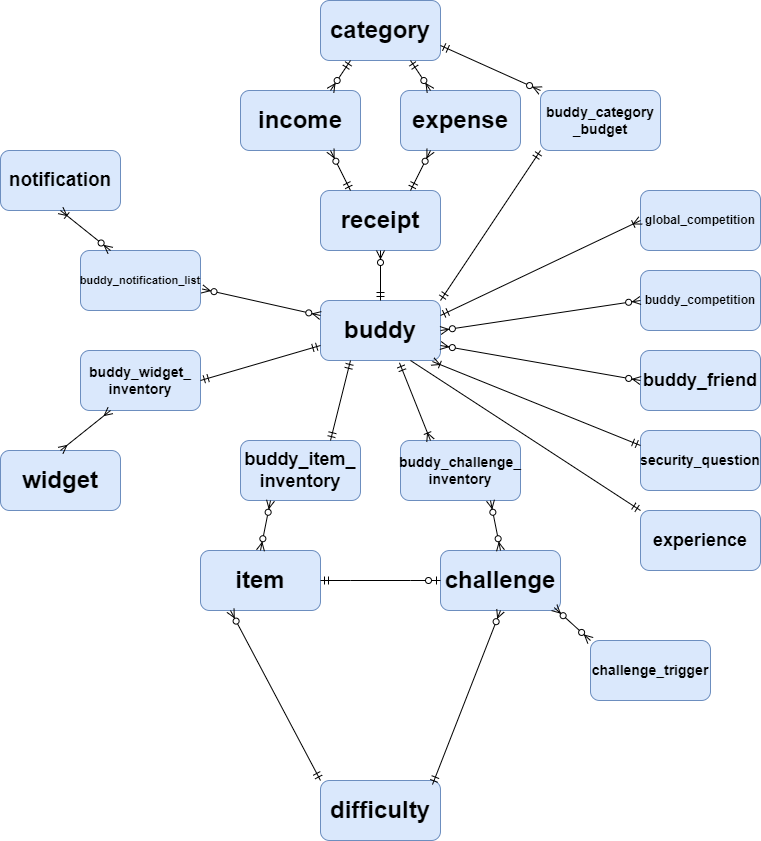
Before: backend/budgetBuddyDatabaseFiles/databaseDesign/budgetBuddyDatabaseERD.png, a diagram exported from draw.io (crescsanski/Budget-Buddy). Source tidied: cells renumbered, new cells last; positions are measured from the earlier drawing's top-left corner, leaving out a move shared by most shapes.
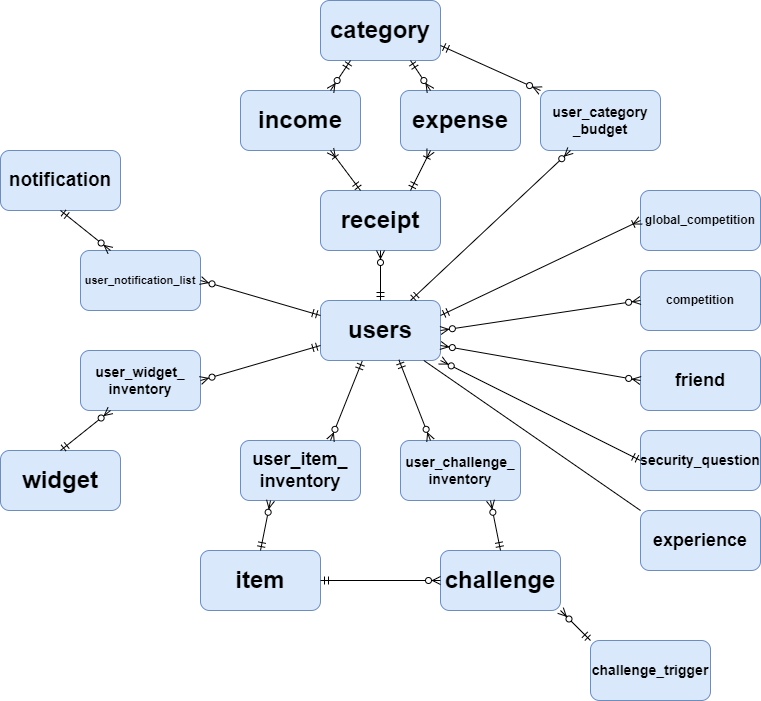
After the commit.

What changed in the source:
```diff
@@ -2,7 +2,7 @@
   <root>
     <mxCell id="0" />
     <mxCell id="1" parent="0" />
-    <mxCell id="2" value="&lt;font size=&quot;1&quot;&gt;&lt;b style=&quot;font-size: 24px&quot;&gt;buddy&lt;/b&gt;&lt;/font&gt;" style="rounded=1;whiteSpace=wrap;html=1;fillColor=#dae8fc;strokeColor=#6c8ebf;" parent="1" vertex="1">
+    <mxCell id="2" value="&lt;font size=&quot;1&quot;&gt;&lt;b style=&quot;font-size: 24px&quot;&gt;users&lt;/b&gt;&lt;/font&gt;" style="rounded=1;whiteSpace=wrap;html=1;fillColor=#dae8fc;strokeColor=#6c8ebf;" parent="1" vertex="1">
       <mxGeometry x="320" y="300" width="120" height="60" as="geometry" />
     </mxCell>
     <mxCell id="3" value="&lt;font size=&quot;1&quot;&gt;&lt;b style=&quot;font-size: 24px&quot;&gt;expense&lt;/b&gt;&lt;/font&gt;" style="rounded=1;whiteSpace=wrap;html=1;fillColor=#dae8fc;strokeColor=#6c8ebf;" parent="1" vertex="1">
@@ -14,7 +14,7 @@
     <mxCell id="5" value="&lt;font size=&quot;1&quot;&gt;&lt;b style=&quot;font-size: 24px&quot;&gt;income&lt;/b&gt;&lt;/font&gt;" style="rounded=1;whiteSpace=wrap;html=1;fillColor=#dae8fc;strokeColor=#6c8ebf;" parent="1" vertex="1">
       <mxGeometry x="240" y="90" width="120" height="60" as="geometry" />
     </mxCell>
-    <mxCell id="6" value="&lt;b&gt;&lt;font style=&quot;font-size: 11px&quot;&gt;buddy_notification_list&lt;/font&gt;&lt;/b&gt;" style="rounded=1;whiteSpace=wrap;html=1;fillColor=#dae8fc;strokeColor=#6c8ebf;" parent="1" vertex="1">
+    <mxCell id="6" value="&lt;b&gt;&lt;font style=&quot;font-size: 11px&quot;&gt;user_notification_list&lt;/font&gt;&lt;/b&gt;" style="rounded=1;whiteSpace=wrap;html=1;fillColor=#dae8fc;strokeColor=#6c8ebf;" parent="1" vertex="1">
       <mxGeometry x="80" y="250" width="120" height="60" as="geometry" />
     </mxCell>
     <mxCell id="7" value="&lt;font size=&quot;1&quot;&gt;&lt;b style=&quot;font-size: 24px&quot;&gt;receipt&lt;/b&gt;&lt;/font&gt;" style="rounded=1;whiteSpace=wrap;html=1;fillColor=#dae8fc;strokeColor=#6c8ebf;" parent="1" vertex="1">
@@ -23,24 +23,21 @@
     <mxCell id="8" value="&lt;b&gt;&lt;font style=&quot;font-size: 12px&quot;&gt;global_competition&lt;/font&gt;&lt;/b&gt;" style="rounded=1;whiteSpace=wrap;html=1;fillColor=#dae8fc;strokeColor=#6c8ebf;" parent="1" vertex="1">
       <mxGeometry x="640" y="190" width="120" height="60" as="geometry" />
     </mxCell>
-    <mxCell id="9" value="&lt;b&gt;&lt;font style=&quot;font-size: 18px&quot;&gt;buddy_friend&lt;/font&gt;&lt;/b&gt;" style="rounded=1;whiteSpace=wrap;html=1;fillColor=#dae8fc;strokeColor=#6c8ebf;" parent="1" vertex="1">
+    <mxCell id="9" value="&lt;b&gt;&lt;font style=&quot;font-size: 18px&quot;&gt;friend&lt;/font&gt;&lt;/b&gt;" style="rounded=1;whiteSpace=wrap;html=1;fillColor=#dae8fc;strokeColor=#6c8ebf;" parent="1" vertex="1">
       <mxGeometry x="640" y="350" width="120" height="60" as="geometry" />
     </mxCell>
-    <mxCell id="10" value="&lt;b&gt;&lt;font style=&quot;font-size: 14px&quot;&gt;buddy_category&lt;br&gt;_budget&lt;/font&gt;&lt;/b&gt;" style="rounded=1;whiteSpace=wrap;html=1;fillColor=#dae8fc;strokeColor=#6c8ebf;" parent="1" vertex="1">
+    <mxCell id="10" value="&lt;b&gt;&lt;font style=&quot;font-size: 14px&quot;&gt;user_category&lt;br&gt;_budget&lt;/font&gt;&lt;/b&gt;" style="rounded=1;whiteSpace=wrap;html=1;fillColor=#dae8fc;strokeColor=#6c8ebf;" parent="1" vertex="1">
       <mxGeometry x="540" y="90" width="120" height="60" as="geometry" />
     </mxCell>
-    <mxCell id="11" value="&lt;b&gt;&lt;font style=&quot;font-size: 12px&quot;&gt;buddy_competition&lt;/font&gt;&lt;/b&gt;" style="rounded=1;whiteSpace=wrap;html=1;fillColor=#dae8fc;strokeColor=#6c8ebf;" parent="1" vertex="1">
+    <mxCell id="11" value="&lt;b&gt;&lt;font style=&quot;font-size: 12px&quot;&gt;competition&lt;/font&gt;&lt;/b&gt;" style="rounded=1;whiteSpace=wrap;html=1;fillColor=#dae8fc;strokeColor=#6c8ebf;" parent="1" vertex="1">
       <mxGeometry x="640" y="270" width="120" height="60" as="geometry" />
     </mxCell>
-    <mxCell id="12" value="&lt;b&gt;&lt;font style=&quot;font-size: 14px&quot;&gt;buddy_challenge_&lt;br&gt;inventory&lt;/font&gt;&lt;/b&gt;" style="rounded=1;whiteSpace=wrap;html=1;fillColor=#dae8fc;strokeColor=#6c8ebf;" parent="1" vertex="1">
+    <mxCell id="12" value="&lt;b&gt;&lt;font style=&quot;font-size: 14px&quot;&gt;user_challenge_&lt;br&gt;inventory&lt;/font&gt;&lt;/b&gt;" style="rounded=1;whiteSpace=wrap;html=1;fillColor=#dae8fc;strokeColor=#6c8ebf;" parent="1" vertex="1">
       <mxGeometry x="400" y="440" width="120" height="60" as="geometry" />
     </mxCell>
-    <mxCell id="13" value="&lt;b&gt;&lt;font style=&quot;font-size: 18px&quot;&gt;buddy_item_&lt;br&gt;inventory&lt;/font&gt;&lt;/b&gt;" style="rounded=1;whiteSpace=wrap;html=1;fillColor=#dae8fc;strokeColor=#6c8ebf;" parent="1" vertex="1">
+    <mxCell id="13" value="&lt;b&gt;&lt;font style=&quot;font-size: 18px&quot;&gt;user_item_&lt;br&gt;inventory&lt;/font&gt;&lt;/b&gt;" style="rounded=1;whiteSpace=wrap;html=1;fillColor=#dae8fc;strokeColor=#6c8ebf;" parent="1" vertex="1">
       <mxGeometry x="240" y="440" width="120" height="60" as="geometry" />
     </mxCell>
-    <mxCell id="14" value="&lt;font size=&quot;1&quot;&gt;&lt;b style=&quot;font-size: 24px&quot;&gt;difficulty&lt;/b&gt;&lt;/font&gt;" style="rounded=1;whiteSpace=wrap;html=1;fillColor=#dae8fc;strokeColor=#6c8ebf;" parent="1" vertex="1">
-      <mxGeometry x="320" y="780" width="120" height="60" as="geometry" />
-    </mxCell>
     <mxCell id="15" value="&lt;b&gt;&lt;font style=&quot;font-size: 24px&quot;&gt;item&lt;/font&gt;&lt;/b&gt;" style="rounded=1;whiteSpace=wrap;html=1;fillColor=#dae8fc;strokeColor=#6c8ebf;" parent="1" vertex="1">
       <mxGeometry x="200" y="550" width="120" height="60" as="geometry" />
     </mxCell>
@@ -50,18 +47,12 @@
     <mxCell id="17" value="&lt;font size=&quot;1&quot;&gt;&lt;b style=&quot;font-size: 24px&quot;&gt;widget&lt;/b&gt;&lt;/font&gt;" style="rounded=1;whiteSpace=wrap;html=1;fillColor=#dae8fc;strokeColor=#6c8ebf;" parent="1" vertex="1">
       <mxGeometry y="450" width="120" height="60" as="geometry" />
     </mxCell>
-    <mxCell id="18" value="&lt;b&gt;&lt;font style=&quot;font-size: 14px&quot;&gt;buddy_widget_&lt;br&gt;inventory&lt;/font&gt;&lt;/b&gt;" style="rounded=1;whiteSpace=wrap;html=1;fillColor=#dae8fc;strokeColor=#6c8ebf;" parent="1" vertex="1">
+    <mxCell id="18" value="&lt;b&gt;&lt;font style=&quot;font-size: 14px&quot;&gt;user_widget_&lt;br&gt;inventory&lt;/font&gt;&lt;/b&gt;" style="rounded=1;whiteSpace=wrap;html=1;fillColor=#dae8fc;strokeColor=#6c8ebf;" parent="1" vertex="1">
       <mxGeometry x="80" y="350" width="120" height="60" as="geometry" />
     </mxCell>
     <mxCell id="19" style="fontSize=12;html=1;endArrow=ERzeroToMany;startArrow=ERmandOne;rounded=0;entryX=0.5;entryY=1;entryDx=0;entryDy=0;" parent="1" edge="1" source="2" target="7">
       <mxGeometry relative="1" as="geometry" />
     </mxCell>
-    <mxCell id="20" style="fontSize=12;html=1;endArrow=ERzeroToMany;startArrow=ERmandOne;rounded=0;entryX=0.25;entryY=1;entryDx=0;entryDy=0;exitX=0.75;exitY=0;exitDx=0;exitDy=0;" parent="1" edge="1" source="7" target="3">
-      <mxGeometry relative="1" as="geometry" />
-    </mxCell>
-    <mxCell id="21" style="fontSize=12;html=1;endArrow=ERzeroToMany;startArrow=ERmandOne;rounded=0;entryX=0.75;entryY=1;entryDx=0;entryDy=0;exitX=0.25;exitY=0;exitDx=0;exitDy=0;" parent="1" edge="1" source="7" target="5">
-      <mxGeometry relative="1" as="geometry" />
-    </mxCell>
     <mxCell id="22" style="fontSize=12;html=1;endArrow=ERzeroToMany;startArrow=ERmandOne;rounded=0;entryX=0.75;entryY=0;entryDx=0;entryDy=0;exitX=0.25;exitY=1;exitDx=0;exitDy=0;" parent="1" edge="1" source="4" target="5">
       <mxGeometry relative="1" as="geometry" />
     </mxCell>
@@ -70,32 +61,6 @@
         <mxPoint x="410" y="60" as="sourcePoint" />
       </mxGeometry>
     </mxCell>
-    <mxCell id="24" style="fontSize=12;html=1;endArrow=ERmandOne;startArrow=ERmandOne;rounded=0;entryX=0;entryY=0.75;entryDx=0;entryDy=0;exitX=1;exitY=0.5;exitDx=0;exitDy=0;" parent="1" edge="1" source="18" target="2">
-      <mxGeometry relative="1" as="geometry" />
-    </mxCell>
-    <mxCell id="25" style="fontSize=12;html=1;endArrow=ERmany;startArrow=ERmany;rounded=0;entryX=0.5;entryY=0;entryDx=0;entryDy=0;exitX=0.25;exitY=1;exitDx=0;exitDy=0;" parent="1" edge="1" source="18" target="17">
-      <mxGeometry relative="1" as="geometry" />
-    </mxCell>
-    <mxCell id="26" style="fontSize=12;html=1;endArrow=ERmandOne;startArrow=ERmandOne;rounded=0;entryX=0.75;entryY=0;entryDx=0;entryDy=0;exitX=0.25;exitY=1;exitDx=0;exitDy=0;" parent="1" edge="1" source="2" target="13">
-      <mxGeometry relative="1" as="geometry" />
-    </mxCell>
-    <mxCell id="27" style="fontSize=12;html=1;endArrow=ERzeroToMany;endFill=1;startArrow=ERzeroToMany;rounded=0;entryX=0.25;entryY=1;entryDx=0;entryDy=0;exitX=0.5;exitY=0;exitDx=0;exitDy=0;" parent="1" edge="1" source="15" target="13">
-      <mxGeometry relative="1" as="geometry" />
-    </mxCell>
-    <mxCell id="28" style="fontSize=12;html=1;endArrow=ERzeroToMany;startArrow=ERmandOne;rounded=0;entryX=0.25;entryY=1;entryDx=0;entryDy=0;" parent="1" edge="1" target="15">
-      <mxGeometry relative="1" as="geometry">
-        <mxPoint x="320" y="780" as="sourcePoint" />
-      </mxGeometry>
-    </mxCell>
-    <mxCell id="29" style="edgeStyle=entityRelationEdgeStyle;fontSize=12;html=1;endArrow=ERzeroToOne;startArrow=ERmandOne;rounded=0;exitX=1;exitY=0.5;exitDx=0;exitDy=0;entryX=0;entryY=0.5;entryDx=0;entryDy=0;" parent="1" edge="1" source="15" target="16">
-      <mxGeometry relative="1" as="geometry" />
-    </mxCell>
-    <mxCell id="30" style="fontSize=12;html=1;endArrow=ERzeroToMany;endFill=1;startArrow=ERzeroToMany;rounded=0;exitX=0.5;exitY=0;exitDx=0;exitDy=0;entryX=0.75;entryY=1;entryDx=0;entryDy=0;" parent="1" edge="1" source="16" target="12">
-      <mxGeometry relative="1" as="geometry" />
-    </mxCell>
-    <mxCell id="31" style="fontSize=12;html=1;endArrow=ERmandOne;startArrow=ERmandOne;rounded=0;entryX=1;entryY=0;entryDx=0;entryDy=0;exitX=0;exitY=1;exitDx=0;exitDy=0;" parent="1" edge="1" source="10" target="2">
-      <mxGeometry relative="1" as="geometry" />
-    </mxCell>
     <mxCell id="32" style="fontSize=12;html=1;endArrow=ERoneToMany;startArrow=ERmandOne;rounded=0;entryX=0;entryY=0.5;entryDx=0;entryDy=0;exitX=1;exitY=0.25;exitDx=0;exitDy=0;" parent="1" edge="1" source="2" target="8">
       <mxGeometry relative="1" as="geometry" />
     </mxCell>
@@ -114,31 +79,57 @@
     <mxCell id="37" value="&lt;font size=&quot;1&quot;&gt;&lt;b style=&quot;font-size: 19px&quot;&gt;notification&lt;/b&gt;&lt;/font&gt;" style="rounded=1;whiteSpace=wrap;html=1;fillColor=#dae8fc;strokeColor=#6c8ebf;" parent="1" vertex="1">
       <mxGeometry y="150" width="120" height="60" as="geometry" />
     </mxCell>
-    <mxCell id="38" style="fontSize=12;html=1;endArrow=ERoneToMany;startArrow=ERmandOne;strokeColor=default;rounded=0;exitX=0.658;exitY=1.038;exitDx=0;exitDy=0;entryX=0.25;entryY=0;entryDx=0;entryDy=0;exitPerimeter=0;" parent="1" edge="1" source="2" target="12">
-      <mxGeometry relative="1" as="geometry" />
-    </mxCell>
-    <mxCell id="39" style="fontSize=12;html=1;endArrow=ERoneToMany;startArrow=ERmandOne;strokeColor=default;rounded=0;exitX=0;exitY=0.25;exitDx=0;exitDy=0;entryX=0.933;entryY=1.017;entryDx=0;entryDy=0;entryPerimeter=0;" parent="1" edge="1" source="35" target="2">
-      <mxGeometry relative="1" as="geometry" />
-    </mxCell>
-    <mxCell id="40" style="fontSize=12;html=1;endArrow=ERzeroToMany;endFill=1;startArrow=ERzeroToMany;rounded=0;strokeColor=default;exitX=0.948;exitY=0.952;exitDx=0;exitDy=0;entryX=0;entryY=0;entryDx=0;entryDy=0;exitPerimeter=0;" parent="1" edge="1" source="16" target="36">
-      <mxGeometry relative="1" as="geometry" />
-    </mxCell>
-    <mxCell id="41" style="fontSize=12;html=1;endArrow=ERzeroToMany;endFill=1;startArrow=ERzeroToMany;rounded=0;strokeColor=default;entryX=1.015;entryY=0.642;entryDx=0;entryDy=0;exitX=0;exitY=0.25;exitDx=0;exitDy=0;entryPerimeter=0;" parent="1" edge="1" source="2" target="6">
-      <mxGeometry relative="1" as="geometry" />
-    </mxCell>
-    <mxCell id="42" style="fontSize=12;html=1;endArrow=ERoneToMany;startArrow=ERzeroToMany;rounded=0;strokeColor=default;entryX=0.5;entryY=1;entryDx=0;entryDy=0;exitX=0.25;exitY=0;exitDx=0;exitDy=0;" parent="1" edge="1" source="6" target="37">
-      <mxGeometry relative="1" as="geometry" />
-    </mxCell>
     <mxCell id="43" style="fontSize=12;html=1;endArrow=ERzeroToMany;startArrow=ERmandOne;rounded=0;entryX=0;entryY=0;entryDx=0;entryDy=0;exitX=1;exitY=0.75;exitDx=0;exitDy=0;" parent="1" edge="1" source="4" target="10">
       <mxGeometry relative="1" as="geometry" />
     </mxCell>
     <mxCell id="44" value="&lt;b&gt;&lt;font style=&quot;font-size: 18px&quot;&gt;experience&lt;/font&gt;&lt;/b&gt;" style="rounded=1;whiteSpace=wrap;html=1;fillColor=#dae8fc;strokeColor=#6c8ebf;" parent="1" vertex="1">
       <mxGeometry x="640" y="510" width="120" height="60" as="geometry" />
     </mxCell>
-    <mxCell id="45" style="fontSize=12;html=1;endArrow=ERzeroToMany;startArrow=ERmandOne;rounded=0;entryX=0.5;entryY=1;entryDx=0;entryDy=0;exitX=0.933;exitY=0.068;exitDx=0;exitDy=0;exitPerimeter=0;" parent="1" edge="1" source="14" target="16">
-      <mxGeometry relative="1" as="geometry" />
-    </mxCell>
+    <mxCell id="26" style="fontSize=12;html=1;endArrow=ERzeroToMany;startArrow=ERmandOne;rounded=0;entryX=0.75;entryY=0;entryDx=0;entryDy=0;exitX=0.348;exitY=1.008;exitDx=0;exitDy=0;exitPerimeter=0;" parent="1" edge="1" source="2" target="13">
+      <mxGeometry relative="1" as="geometry" />
+    </mxCell>
+    <mxCell id="27" style="fontSize=12;html=1;endArrow=ERzeroToMany;startArrow=ERmandOne;rounded=0;entryX=0.25;entryY=1;entryDx=0;entryDy=0;exitX=0.5;exitY=0;exitDx=0;exitDy=0;" parent="1" edge="1" source="15" target="13">
+      <mxGeometry relative="1" as="geometry" />
+    </mxCell>
+    <mxCell id="38" style="fontSize=12;html=1;endArrow=ERzeroToMany;startArrow=ERmandOne;rounded=0;entryX=0.25;entryY=0;entryDx=0;entryDy=0;exitX=0.653;exitY=0.988;exitDx=0;exitDy=0;exitPerimeter=0;" parent="1" edge="1" source="2" target="12">
+      <mxGeometry relative="1" as="geometry" />
+    </mxCell>
+    <mxCell id="30" style="fontSize=12;html=1;endArrow=ERzeroToMany;startArrow=ERmandOne;rounded=0;entryX=0.75;entryY=1;entryDx=0;entryDy=0;exitX=0.5;exitY=0;exitDx=0;exitDy=0;" parent="1" edge="1" source="16" target="12">
+      <mxGeometry relative="1" as="geometry" />
+    </mxCell>
+    <mxCell id="47" style="fontSize=12;html=1;endArrow=ERzeroToMany;startArrow=ERmandOne;rounded=0;entryX=0.25;entryY=1;entryDx=0;entryDy=0;exitX=0.75;exitY=0;exitDx=0;exitDy=0;" parent="1" edge="1" source="2" target="10">
+      <mxGeometry relative="1" as="geometry" />
+    </mxCell>
+    <mxCell id="48" style="fontSize=12;html=1;endArrow=ERzeroToMany;startArrow=ERmandOne;rounded=0;entryX=0.25;entryY=0;entryDx=0;entryDy=0;exitX=0.5;exitY=1;exitDx=0;exitDy=0;" parent="1" edge="1" source="37" target="6">
+      <mxGeometry relative="1" as="geometry" />
+    </mxCell>
+    <mxCell id="41" style="fontSize=12;html=1;endArrow=ERzeroToMany;startArrow=ERmandOne;rounded=0;exitX=0;exitY=0.25;exitDx=0;exitDy=0;entryX=1;entryY=0.5;entryDx=0;entryDy=0;" parent="1" edge="1" source="2" target="6">
+      <mxGeometry relative="1" as="geometry" />
+    </mxCell>
+    <mxCell id="49" style="fontSize=12;html=1;endArrow=ERzeroToMany;startArrow=ERmandOne;rounded=0;exitX=0;exitY=0.75;exitDx=0;exitDy=0;entryX=1;entryY=0.5;entryDx=0;entryDy=0;" parent="1" edge="1" source="2" target="18">
+      <mxGeometry relative="1" as="geometry" />
+    </mxCell>
+    <mxCell id="50" style="fontSize=12;html=1;endArrow=ERzeroToMany;startArrow=ERmandOne;rounded=0;entryX=0.25;entryY=1;entryDx=0;entryDy=0;exitX=0.5;exitY=0;exitDx=0;exitDy=0;" parent="1" edge="1" source="17" target="18">
+      <mxGeometry relative="1" as="geometry" />
+    </mxCell>
+    <mxCell id="51" style="fontSize=12;html=1;endArrow=ERzeroToMany;startArrow=ERmandOne;rounded=0;entryX=1;entryY=1;entryDx=0;entryDy=0;exitX=0;exitY=0;exitDx=0;exitDy=0;" parent="1" edge="1" source="36" target="16">
+      <mxGeometry relative="1" as="geometry" />
+    </mxCell>
+    <mxCell id="29" style="fontSize=12;html=1;endArrow=ERzeroToMany;startArrow=ERmandOne;rounded=0;entryX=0;entryY=0.5;entryDx=0;entryDy=0;exitX=1;exitY=0.5;exitDx=0;exitDy=0;" parent="1" edge="1" source="15" target="16">
+      <mxGeometry relative="1" as="geometry" />
+    </mxCell>
+    <mxCell id="52" style="fontSize=12;html=1;endArrow=ERoneToMany;startArrow=ERmandOne;rounded=0;entryX=0.75;entryY=1;entryDx=0;entryDy=0;" parent="1" edge="1" target="5">
+      <mxGeometry relative="1" as="geometry">
+        <mxPoint x="360" y="190" as="sourcePoint" />
+      </mxGeometry>
+    </mxCell>
+    <mxCell id="20" style="fontSize=12;html=1;endArrow=ERoneToMany;startArrow=ERmandOne;rounded=0;entryX=0.25;entryY=1;entryDx=0;entryDy=0;exitX=0.75;exitY=0;exitDx=0;exitDy=0;" parent="1" edge="1" source="7" target="3">
+      <mxGeometry relative="1" as="geometry" />
+    </mxCell>
+    <mxCell id="39" style="fontSize=12;html=1;endArrow=ERzeroToMany;startArrow=ERmandOne;rounded=0;entryX=1;entryY=1;entryDx=0;entryDy=0;exitX=0;exitY=0.5;exitDx=0;exitDy=0;" parent="1" edge="1" source="35" target="2">
+      <mxGeometry relative="1" as="geometry" />
+    </mxCell>
-    <mxCell id="46" style="fontSize=12;html=1;endArrow=ERmandOne;rounded=0;entryX=0;entryY=0;entryDx=0;entryDy=0;exitX=0.75;exitY=1;exitDx=0;exitDy=0;" parent="1" edge="1" source="2" target="44">
+    <mxCell id="46" style="endArrow=none;html=1;rounded=0;entryX=0;entryY=0;entryDx=0;entryDy=0;" parent="1" edge="1" source="2" target="44">
       <mxGeometry relative="1" as="geometry" />
     </mxCell>
   </root>
```
